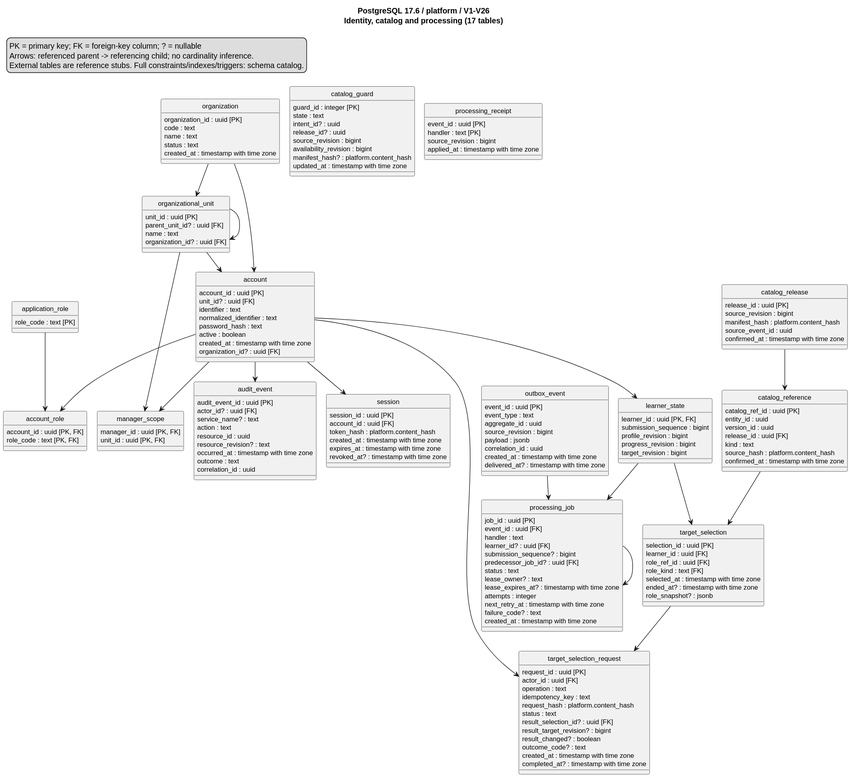
SEP490-Fall-2026-GFA26SE64/SEP490 keeps this PlantUML diagram as documents/diagrams/postgresql.svg. Above is the earlier version.
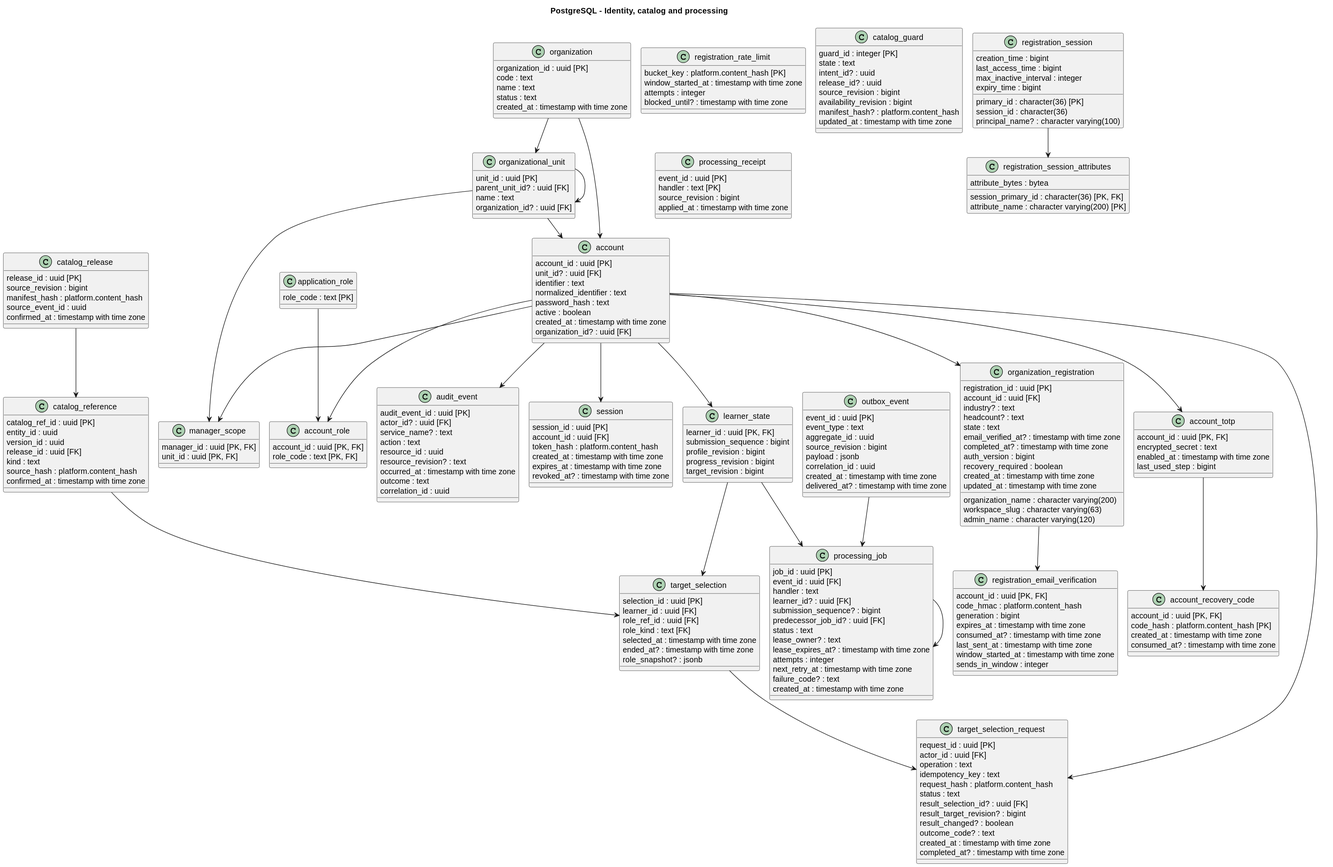
Above is the later version.

Diff of the diagram source:
```diff
@@ -2,162 +2,214 @@
 !pragma layout smetana
 top to bottom direction
 skinparam shadowing false
-hide circle
-skinparam classAttributeIconSize 0
-skinparam defaultFontName SansSerif
-skinparam defaultFontSize 12
-title PostgreSQL 17.6 / platform / V1-V26\nIdentity, catalog and processing (17 tables)
-legend top left
-PK = primary key; FK = foreign-key column; ? = nullable
-Arrows: referenced parent -> referencing child; no cardinality inference.
-External tables are reference stubs. Full constraints/indexes/triggers: schema catalog.
-endlegend
+title PostgreSQL - Identity, catalog and processing
 class organization {
-  organization_id : uuid [PK]
-  code : text
-  name : text
-  status : text
-  created_at : timestamp with time zone
+    organization_id : uuid [PK]
+    code : text
+    name : text
+    status : text
+    created_at : timestamp with time zone
 }
 class organizational_unit {
-  unit_id : uuid [PK]
-  parent_unit_id? : uuid [FK]
-  name : text
-  organization_id? : uuid [FK]
+    unit_id : uuid [PK]
+    parent_unit_id? : uuid [FK]
+    name : text
+    organization_id? : uuid [FK]
 }
 class account {
-  account_id : uuid [PK]
-  unit_id? : uuid [FK]
-  identifier : text
-  normalized_identifier : text
-  password_hash : text
-  active : boolean
-  created_at : timestamp with time zone
-  organization_id? : uuid [FK]
+    account_id : uuid [PK]
+    unit_id? : uuid [FK]
+    identifier : text
+    normalized_identifier : text
+    password_hash : text
+    active : boolean
+    created_at : timestamp with time zone
+    organization_id? : uuid [FK]
 }
 class application_role {
-  role_code : text [PK]
+    role_code : text [PK]
 }
 class account_role {
-  account_id : uuid [PK, FK]
-  role_code : text [PK, FK]
+    account_id : uuid [PK, FK]
+    role_code : text [PK, FK]
 }
 class manager_scope {
-  manager_id : uuid [PK, FK]
-  unit_id : uuid [PK, FK]
+    manager_id : uuid [PK, FK]
+    unit_id : uuid [PK, FK]
 }
 class session {
-  session_id : uuid [PK]
-  account_id : uuid [FK]
-  token_hash : platform.content_hash
-  created_at : timestamp with time zone
-  expires_at : timestamp with time zone
-  revoked_at? : timestamp with time zone
+    session_id : uuid [PK]
+    account_id : uuid [FK]
+    token_hash : platform.content_hash
+    created_at : timestamp with time zone
+    expires_at : timestamp with time zone
+    revoked_at? : timestamp with time zone
+}
+class organization_registration {
+    registration_id : uuid [PK]
+    account_id : uuid [FK]
+    organization_name : character varying(200)
+    workspace_slug : character varying(63)
+    industry? : text
+    headcount? : text
+    admin_name : character varying(120)
+    state : text
+    email_verified_at? : timestamp with time zone
+    completed_at? : timestamp with time zone
+    auth_version : bigint
+    recovery_required : boolean
+    created_at : timestamp with time zone
+    updated_at : timestamp with time zone
+}
+class registration_email_verification {
+    account_id : uuid [PK, FK]
+    code_hmac : platform.content_hash
+    generation : bigint
+    expires_at : timestamp with time zone
+    consumed_at? : timestamp with time zone
+    last_sent_at : timestamp with time zone
+    window_started_at : timestamp with time zone
+    sends_in_window : integer
+}
+class account_totp {
+    account_id : uuid [PK, FK]
+    encrypted_secret : text
+    enabled_at : timestamp with time zone
+    last_used_step : bigint
+}
+class account_recovery_code {
+    account_id : uuid [PK, FK]
+    code_hash : platform.content_hash [PK]
+    created_at : timestamp with time zone
+    consumed_at? : timestamp with time zone
+}
+class registration_rate_limit {
+    bucket_key : platform.content_hash [PK]
+    window_started_at : timestamp with time zone
+    attempts : integer
+    blocked_until? : timestamp with time zone
+}
+class registration_session {
+    primary_id : character(36) [PK]
+    session_id : character(36)
+    creation_time : bigint
+    last_access_time : bigint
+    max_inactive_interval : integer
+    expiry_time : bigint
+    principal_name? : character varying(100)
+}
+class registration_session_attributes {
+    session_primary_id : character(36) [PK, FK]
+    attribute_name : character varying(200) [PK]
+    attribute_bytes : bytea
 }
 class learner_state {
-  learner_id : uuid [PK, FK]
-  submission_sequence : bigint
-  profile_revision : bigint
-  progress_revision : bigint
-  target_revision : bigint
+    learner_id : uuid [PK, FK]
+    submission_sequence : bigint
+    profile_revision : bigint
+    progress_revision : bigint
+    target_revision : bigint
 }
 class catalog_guard {
-  guard_id : integer [PK]
-  state : text
-  intent_id? : uuid
-  release_id? : uuid
-  source_revision : bigint
-  availability_revision : bigint
-  manifest_hash? : platform.content_hash
-  updated_at : timestamp with time zone
+    guard_id : integer [PK]
+    state : text
+    intent_id? : uuid
+    release_id? : uuid
+    source_revision : bigint
+    availability_revision : bigint
+    manifest_hash? : platform.content_hash
+    updated_at : timestamp with time zone
 }
 class catalog_release {
-  release_id : uuid [PK]
-  source_revision : bigint
-  manifest_hash : platform.content_hash
-  source_event_id : uuid
-  confirmed_at : timestamp with time zone
+    release_id : uuid [PK]
+    source_revision : bigint
+    manifest_hash : platform.content_hash
+    source_event_id : uuid
+    confirmed_at : timestamp with time zone
 }
 class catalog_reference {
-  catalog_ref_id : uuid [PK]
-  entity_id : uuid
-  version_id : uuid
-  release_id : uuid [FK]
-  kind : text
-  source_hash : platform.content_hash
-  confirmed_at : timestamp with time zone
+    catalog_ref_id : uuid [PK]
+    entity_id : uuid
+    version_id : uuid
+    release_id : uuid [FK]
+    kind : text
+    source_hash : platform.content_hash
+    confirmed_at : timestamp with time zone
 }
 class target_selection {
-  selection_id : uuid [PK]
-  learner_id : uuid [FK]
-  role_ref_id : uuid [FK]
-  role_kind : text [FK]
-  selected_at : timestamp with time zone
-  ended_at? : timestamp with time zone
-  role_snapshot? : jsonb
+    selection_id : uuid [PK]
+    learner_id : uuid [FK]
+    role_ref_id : uuid [FK]
+    role_kind : text [FK]
+    selected_at : timestamp with time zone
+    ended_at? : timestamp with time zone
+    role_snapshot? : jsonb
 }
 class target_selection_request {
-  request_id : uuid [PK]
-  actor_id : uuid [FK]
-  operation : text
-  idempotency_key : text
-  request_hash : platform.content_hash
-  status : text
-  result_selection_id? : uuid [FK]
-  result_target_revision? : bigint
-  result_changed? : boolean
-  outcome_code? : text
-  created_at : timestamp with time zone
-  completed_at? : timestamp with time zone
+    request_id : uuid [PK]
+    actor_id : uuid [FK]
+    operation : text
+    idempotency_key : text
+    request_hash : platform.content_hash
+    status : text
+    result_selection_id? : uuid [FK]
+    result_target_revision? : bigint
+    result_changed? : boolean
+    outcome_code? : text
+    created_at : timestamp with time zone
+    completed_at? : timestamp with time zone
 }
 class outbox_event {
-  event_id : uuid [PK]
-  event_type : text
-  aggregate_id : uuid
-  source_revision : bigint
-  payload : jsonb
-  correlation_id : uuid
-  created_at : timestamp with time zone
-  delivered_at? : timestamp with time zone
+    event_id : uuid [PK]
+    event_type : text
+    aggregate_id : uuid
+    source_revision : bigint
+    payload : jsonb
+    correlation_id : uuid
+    created_at : timestamp with time zone
+    delivered_at? : timestamp with time zone
 }
 class processing_job {
-  job_id : uuid [PK]
-  event_id : uuid [FK]
-  handler : text
-  learner_id? : uuid [FK]
-  submission_sequence? : bigint
-  predecessor_job_id? : uuid [FK]
-  status : text
-  lease_owner? : text
-  lease_expires_at? : timestamp with time zone
-  attempts : integer
-  next_retry_at : timestamp with time zone
-  failure_code? : text
-  created_at : timestamp with time zone
+    job_id : uuid [PK]
+    event_id : uuid [FK]
+    handler : text
+    learner_id? : uuid [FK]
+    submission_sequence? : bigint
+    predecessor_job_id? : uuid [FK]
+    status : text
+    lease_owner? : text
+    lease_expires_at? : timestamp with time zone
+    attempts : integer
+    next_retry_at : timestamp with time zone
+    failure_code? : text
+    created_at : timestamp with time zone
 }
 class processing_receipt {
-  event_id : uuid [PK]
-  handler : text [PK]
-  source_revision : bigint
-  applied_at : timestamp with time zone
+    event_id : uuid [PK]
+    handler : text [PK]
+    source_revision : bigint
+    applied_at : timestamp with time zone
 }
 class audit_event {
-  audit_event_id : uuid [PK]
-  actor_id? : uuid [FK]
-  service_name? : text
-  action : text
-  resource_id : uuid
-  resource_revision? : text
-  occurred_at : timestamp with time zone
-  outcome : text
-  correlation_id : uuid
+    audit_event_id : uuid [PK]
+    actor_id? : uuid [FK]
+    service_name? : text
+    action : text
+    resource_id : uuid
+    resource_revision? : text
+    occurred_at : timestamp with time zone
+    outcome : text
+    correlation_id : uuid
 }
 account --> account_role
+account --> account_totp
 account --> audit_event
 account --> learner_state
 account --> manager_scope
+account --> organization_registration
 account --> session
 account --> target_selection_request
+account_totp --> account_recovery_code
 application_role --> account_role
 catalog_reference --> target_selection
 catalog_release --> catalog_reference
@@ -165,10 +217,12 @@
 learner_state --> target_selection
 organization --> account
 organization --> organizational_unit
+organization_registration --> registration_email_verification
 organizational_unit --> account
 organizational_unit --> manager_scope
 organizational_unit --> organizational_unit
 outbox_event --> processing_job
 processing_job --> processing_job
+registration_session --> registration_session_attributes
 target_selection --> target_selection_request
 @enduml
```
